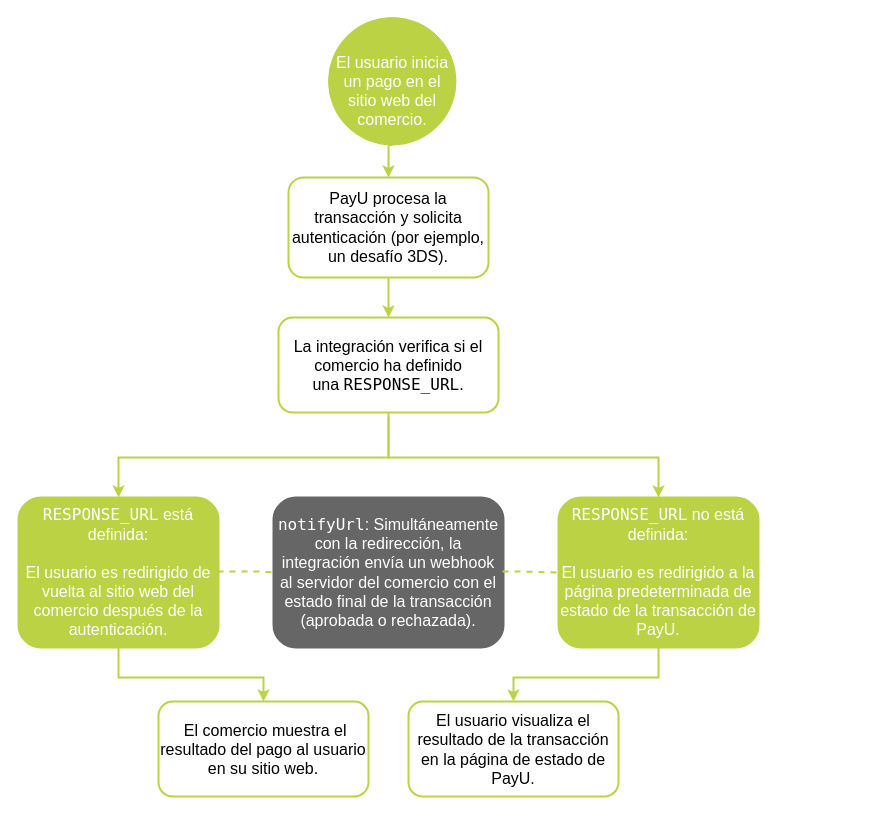
Above: layouts/shortcodes/3dsAuth/3dsflow_es.drawio in tatianaacostag/DevelopersDoc_site (draw.io), before the change. Source tidied: cells renumbered, new cells numbered last; positions are measured from the earlier drawing's top-left corner, leaving out a move shared by most shapes. Both pictures are drawn from the tidied source at 100%, with x=0, y=0 at pixel (18, 17).
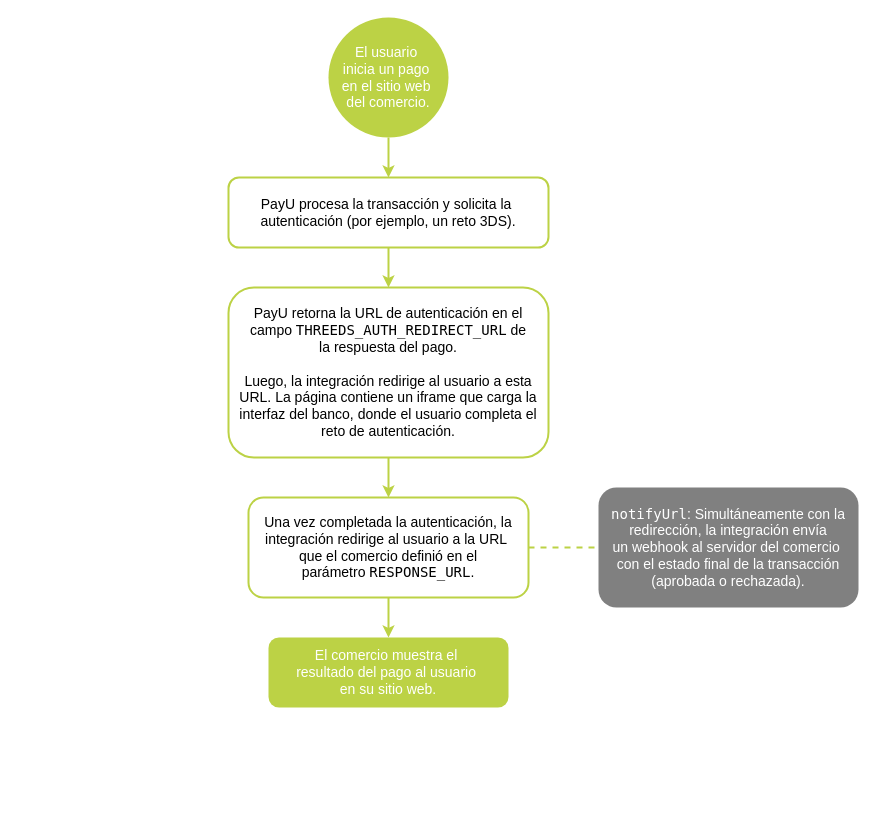
The same page after the edit.

What changed in the source:
```diff
@@
-    <mxCell id="2" style="edgeStyle=orthogonalEdgeStyle;rounded=0;jettySize=auto;html=1;exitX=0.5;exitY=1;exitDx=0;exitDy=0;entryX=0.5;entryY=0;entryDx=0;entryDy=0;strokeColor=#BCD245;strokeWidth=2;" parent="1" edge="1" source="7" target="4">
-      <mxGeometry relative="1" as="geometry" />
-    </mxCell>
-    <mxCell id="3" style="edgeStyle=orthogonalEdgeStyle;rounded=0;jettySize=auto;html=1;exitX=0.5;exitY=1;exitDx=0;exitDy=0;entryX=0.5;entryY=0;entryDx=0;entryDy=0;strokeColor=#BCD245;strokeWidth=2;" parent="1" edge="1" source="4" target="5">
-      <mxGeometry relative="1" as="geometry" />
-    </mxCell>
-    <mxCell id="4" value="&lt;font style=&quot;font-size: 16px;&quot;&gt;PayU procesa la transacción y solicita autenticación (por ejemplo, un desafío 3DS).&lt;/font&gt;" style="rounded=1;whiteSpace=wrap;html=1;strokeColor=#BCD245;strokeWidth=2;" parent="1" vertex="1">
-      <mxGeometry x="270" y="160" width="200" height="100" as="geometry" />
-    </mxCell>
-    <mxCell id="5" value="&lt;font style=&quot;font-size: 16px;&quot;&gt;La integración verifica si el comercio ha definido una&lt;font style=&quot;&quot; face=&quot;Arial, sans-serif&quot;&gt;&amp;nbsp;&lt;/font&gt;&lt;font style=&quot;&quot; face=&quot;Lucida Console&quot;&gt;RESPONSE_URL&lt;/font&gt;&lt;font style=&quot;&quot; face=&quot;Arial, sans-serif&quot;&gt;.&lt;/font&gt;&lt;/font&gt;" style="rounded=1;whiteSpace=wrap;html=1;strokeColor=#BCD245;strokeWidth=2;" parent="1" vertex="1">
-      <mxGeometry x="260" y="300" width="220" height="95" as="geometry" />
-    </mxCell>
-    <mxCell id="6" style="edgeStyle=orthogonalEdgeStyle;rounded=0;jettySize=auto;html=1;entryX=0.5;entryY=1;entryDx=0;entryDy=0;strokeColor=#BCD245;endArrow=none;endFill=0;strokeWidth=2;exitX=0.5;exitY=0;exitDx=0;exitDy=0;startArrow=classic;startFill=1;" parent="1" edge="1" source="8" target="5">
-      <mxGeometry relative="1" as="geometry">
-        <Array as="points">
-          <mxPoint x="100" y="440" />
-          <mxPoint x="370" y="440" />
-        </Array>
-      </mxGeometry>
-    </mxCell>
+    <mxCell id="18" style="edgeStyle=orthogonalEdgeStyle;rounded=0;jettySize=auto;html=1;entryX=0.5;entryY=0;entryDx=0;entryDy=0;strokeColor=#BCD245;strokeWidth=2;" parent="1" edge="1" source="7" target="20">
+      <mxGeometry relative="1" as="geometry" />
+    </mxCell>
-    <mxCell id="7" value="&lt;div&gt;&lt;font style=&quot;font-size: 16px;&quot; color=&quot;#ffffff&quot;&gt;&lt;br&gt;&lt;/font&gt;&lt;/div&gt;&lt;font style=&quot;font-size: 16px;&quot; color=&quot;#ffffff&quot;&gt;El usuario inicia un pago en el sitio web del comercio.&lt;/font&gt;" style="ellipse;whiteSpace=wrap;html=1;strokeColor=#BCD245;fillColor=#BCD245;" parent="1" vertex="1">
-      <mxGeometry x="310" width="127.5" height="127.5" as="geometry" />
+    <mxCell id="7" value="&lt;font style=&quot;color: light-dark(rgb(255, 255, 255), rgb(18, 18, 18)); font-size: 14px;&quot;&gt;El usuario&amp;nbsp;&lt;/font&gt;&lt;div&gt;&lt;font style=&quot;color: light-dark(rgb(255, 255, 255), rgb(18, 18, 18)); font-size: 14px;&quot;&gt;inicia un pago&amp;nbsp;&lt;/font&gt;&lt;/div&gt;&lt;div&gt;&lt;font style=&quot;color: light-dark(rgb(255, 255, 255), rgb(18, 18, 18)); font-size: 14px;&quot;&gt;en&amp;nbsp;&lt;/font&gt;&lt;span style=&quot;color: light-dark(rgb(255, 255, 255), rgb(18, 18, 18)); font-size: 14px; background-color: transparent;&quot;&gt;el sitio web&amp;nbsp;&lt;/span&gt;&lt;/div&gt;&lt;div&gt;&lt;span style=&quot;color: light-dark(rgb(255, 255, 255), rgb(18, 18, 18)); font-size: 14px; background-color: transparent;&quot;&gt;del comercio.&lt;/span&gt;&lt;/div&gt;" style="ellipse;whiteSpace=wrap;html=1;fillColor=#BCD245;strokeColor=none;" parent="1" vertex="1">
+      <mxGeometry x="310" width="120" height="120" as="geometry" />
     </mxCell>
-    <mxCell id="8" value="&lt;div&gt;&lt;font style=&quot;font-size: 16px;&quot; color=&quot;#ffffff&quot;&gt;&lt;font style=&quot;&quot; face=&quot;Lucida Console&quot;&gt;RESPONSE_URL&lt;/font&gt;&lt;font style=&quot;&quot; face=&quot;Arial, sans-serif&quot;&gt;&amp;nbsp;&lt;/font&gt;&lt;/font&gt;&lt;span style=&quot;background-color: transparent; color: light-dark(rgb(255, 255, 255), rgb(18, 18, 18)); font-family: Arial, sans-serif; font-size: 16px;&quot;&gt;está definida:&lt;/span&gt;&lt;/div&gt;&lt;div&gt;&lt;div&gt;&lt;font style=&quot;font-size: 16px;&quot; color=&quot;#ffffff&quot;&gt;&lt;br style=&quot;font-family: Arial, sans-serif;&quot;&gt;El usuario es redirigido de vuelta al sitio web del comercio después de la autenticación&lt;/font&gt;&lt;span style=&quot;font-family: Arial, sans-serif; color: light-dark(rgb(255, 255, 255), rgb(18, 18, 18)); font-size: 16px; background-color: transparent;&quot;&gt;.&lt;/span&gt;&lt;/div&gt;&lt;/div&gt;" style="rounded=1;whiteSpace=wrap;html=1;strokeColor=#BCD245;strokeWidth=2;fillColor=#BCD245;" parent="1" vertex="1">
-      <mxGeometry y="480" width="200" height="150" as="geometry" />
-    </mxCell>
-    <mxCell id="9" style="edgeStyle=orthogonalEdgeStyle;rounded=0;jettySize=auto;html=1;strokeColor=#BCD245;endArrow=none;endFill=0;strokeWidth=2;exitX=0.5;exitY=0;exitDx=0;exitDy=0;startArrow=classic;startFill=1;" parent="1" edge="1" source="10">
-      <mxGeometry relative="1" as="geometry">
-        <mxPoint x="370" y="400" as="targetPoint" />
-        <Array as="points">
-          <mxPoint x="640" y="440" />
-          <mxPoint x="370" y="440" />
-        </Array>
-      </mxGeometry>
-    </mxCell>
-    <mxCell id="10" value="&lt;div&gt;&lt;font style=&quot;font-size: 16px;&quot; color=&quot;#ffffff&quot;&gt;&lt;font style=&quot;&quot; face=&quot;Lucida Console&quot;&gt;RESPONSE_URL&lt;/font&gt;&lt;font style=&quot;&quot; face=&quot;Arial, sans-serif&quot;&gt;&amp;nbsp;no está definida:&lt;/font&gt;&lt;/font&gt;&lt;div&gt;&lt;font style=&quot;font-size: 16px;&quot; color=&quot;#ffffff&quot;&gt;&lt;br style=&quot;font-family: Arial, sans-serif;&quot;&gt;El usuario es redirigido a la página predeterminada de estado de la transacción de PayU&lt;span style=&quot;font-family: Arial, sans-serif;&quot;&gt;.&lt;/span&gt;&lt;/font&gt;&lt;/div&gt;&lt;/div&gt;" style="rounded=1;whiteSpace=wrap;html=1;strokeColor=#BCD245;strokeWidth=2;fillColor=#BCD245;" parent="1" vertex="1">
-      <mxGeometry x="540" y="480" width="200" height="150" as="geometry" />
-    </mxCell>
-    <mxCell id="11" value="&lt;font style=&quot;font-size: 16px;&quot;&gt;&amp;nbsp;El comercio muestra el resultado del pago al usuario en su sitio web.&lt;/font&gt;" style="rounded=1;whiteSpace=wrap;html=1;strokeColor=#BCD245;strokeWidth=2;" parent="1" vertex="1">
-      <mxGeometry x="140" y="684" width="210" height="95" as="geometry" />
-    </mxCell>
-    <mxCell id="12" style="edgeStyle=orthogonalEdgeStyle;rounded=0;jettySize=auto;html=1;entryX=0.5;entryY=0;entryDx=0;entryDy=0;strokeColor=#BCD245;strokeWidth=2;exitX=0.5;exitY=1;exitDx=0;exitDy=0;" parent="1" edge="1" source="8" target="11">
-      <mxGeometry relative="1" as="geometry">
-        <Array as="points">
-          <mxPoint x="100" y="660" />
-          <mxPoint x="245" y="660" />
-        </Array>
-      </mxGeometry>
-    </mxCell>
-    <mxCell id="13" value="&lt;font style=&quot;font-size: 16px;&quot;&gt;El usuario visualiza el resultado de la transacción en la página de estado de PayU.&lt;/font&gt;" style="rounded=1;whiteSpace=wrap;html=1;strokeColor=#BCD245;strokeWidth=2;" parent="1" vertex="1">
-      <mxGeometry x="390" y="684" width="210" height="95" as="geometry" />
-    </mxCell>
-    <mxCell id="14" style="edgeStyle=orthogonalEdgeStyle;rounded=0;jettySize=auto;html=1;entryX=0.5;entryY=0;entryDx=0;entryDy=0;strokeColor=#BCD245;strokeWidth=2;exitX=0.5;exitY=1;exitDx=0;exitDy=0;" parent="1" edge="1" source="10" target="13">
-      <mxGeometry relative="1" as="geometry">
-        <Array as="points">
-          <mxPoint x="640" y="660" />
-          <mxPoint x="495" y="660" />
-        </Array>
-      </mxGeometry>
-    </mxCell>
-    <mxCell id="15" value="&lt;font style=&quot;font-size: 16px;&quot; color=&quot;#ffffff&quot;&gt;&lt;font style=&quot;&quot; face=&quot;Lucida Console&quot;&gt;notifyUrl&lt;/font&gt;&lt;span style=&quot;font-family: Arial, sans-serif;&quot;&gt;:&lt;/span&gt;&lt;strong style=&quot;font-family: Arial, sans-serif;&quot;&gt; &lt;/strong&gt;&lt;/font&gt;&lt;font style=&quot;font-size: 16px;&quot; color=&quot;#ffffff&quot;&gt;Simultáneamente con la redirección, la integración envía un webhook al servidor del comercio con el estado final de la transacción (aprobada o rechazada).&lt;/font&gt;" style="rounded=1;whiteSpace=wrap;html=1;strokeColor=#666666;strokeWidth=2;fillColor=#666666;" parent="1" vertex="1">
-      <mxGeometry x="255" y="480" width="230" height="150" as="geometry" />
-    </mxCell>
-    <mxCell id="16" style="edgeStyle=orthogonalEdgeStyle;rounded=0;jettySize=auto;html=1;entryX=0;entryY=0.5;entryDx=0;entryDy=0;strokeColor=#BCD245;endArrow=none;endFill=0;dashed=1;strokeWidth=2;exitX=1;exitY=0.5;exitDx=0;exitDy=0;startArrow=none;startFill=0;" parent="1" edge="1" source="8" target="15">
-      <mxGeometry relative="1" as="geometry">
-        <Array as="points">
-          <mxPoint x="240" y="554" />
-          <mxPoint x="240" y="554" />
-        </Array>
-      </mxGeometry>
-    </mxCell>
-    <mxCell id="17" style="edgeStyle=orthogonalEdgeStyle;rounded=0;jettySize=auto;html=1;strokeColor=#BCD245;endArrow=none;endFill=0;dashed=1;strokeWidth=2;startArrow=none;startFill=0;exitX=1;exitY=0.5;exitDx=0;exitDy=0;entryX=0;entryY=0.5;entryDx=0;entryDy=0;" parent="1" edge="1" source="15" target="10">
-      <mxGeometry relative="1" as="geometry">
-        <Array as="points">
-          <mxPoint x="500" y="554" />
-          <mxPoint x="545" y="554" />
-        </Array>
-      </mxGeometry>
-    </mxCell>
+    <mxCell id="19" style="edgeStyle=orthogonalEdgeStyle;rounded=0;jettySize=auto;html=1;exitX=0.5;exitY=1;exitDx=0;exitDy=0;strokeWidth=2;strokeColor=#BCD245;" parent="1" edge="1" source="20" target="22">
+      <mxGeometry relative="1" as="geometry" />
+    </mxCell>
+    <mxCell id="20" value="&lt;font style=&quot;font-size: 14px;&quot;&gt;&lt;font style=&quot;&quot;&gt;PayU procesa la transacción y solicita la&amp;nbsp;&lt;br&gt;&lt;/font&gt;&lt;span style=&quot;background-color: transparent; color: light-dark(rgb(0, 0, 0), rgb(255, 255, 255));&quot;&gt;autenticación (por ejemplo, un reto 3DS)&lt;/span&gt;.&lt;/font&gt;" style="rounded=1;whiteSpace=wrap;html=1;strokeColor=#BCD245;strokeWidth=2;" parent="1" vertex="1">
+      <mxGeometry x="210" y="160" width="320" height="70" as="geometry" />
+    </mxCell>
+    <mxCell id="21" style="edgeStyle=orthogonalEdgeStyle;rounded=0;jettySize=auto;html=1;entryX=0.5;entryY=0;entryDx=0;entryDy=0;strokeWidth=2;strokeColor=#BCD245;" parent="1" edge="1" source="22" target="25">
+      <mxGeometry relative="1" as="geometry" />
+    </mxCell>
+    <mxCell id="22" value="&lt;font style=&quot;&quot;&gt;&lt;font style=&quot;font-size: 14px;&quot;&gt;PayU retorna la URL de autenticación en el campo&lt;/font&gt;&lt;span style=&quot;font-size: 14px;&quot;&gt;&amp;nbsp;&lt;/span&gt;&lt;font style=&quot;font-size: 14px;&quot; face=&quot;Lucida Console&quot;&gt;THREEDS_AUTH_REDIRECT_URL&lt;/font&gt;&lt;span style=&quot;font-size: 14px;&quot;&gt;&amp;nbsp;de&lt;/span&gt;&lt;/font&gt;&lt;div&gt;&lt;font style=&quot;&quot;&gt;&lt;span style=&quot;font-size: 14px;&quot;&gt;la respuesta del pago&lt;/span&gt;&lt;/font&gt;&lt;span style=&quot;font-size: 14px; background-color: transparent; color: light-dark(rgb(0, 0, 0), rgb(255, 255, 255));&quot;&gt;.&lt;/span&gt;&lt;div&gt;&lt;div&gt;&lt;span style=&quot;font-size: 14px;&quot;&gt;&lt;br&gt;&lt;/span&gt;&lt;/div&gt;&lt;div&gt;&lt;span style=&quot;font-size: 14px;&quot;&gt;Luego, la integración redirige al usuario a esta URL. La página contiene un iframe que carga la interfaz del banco, donde el usuario completa el reto de autenticación&lt;/span&gt;&lt;span style=&quot;background-color: transparent; color: light-dark(rgb(0, 0, 0), rgb(255, 255, 255)); font-size: 14px;&quot;&gt;.&lt;/span&gt;&lt;/div&gt;&lt;/div&gt;&lt;/div&gt;" style="rounded=1;whiteSpace=wrap;html=1;strokeColor=#BCD245;strokeWidth=2;" parent="1" vertex="1">
+      <mxGeometry x="210" y="270" width="320" height="170" as="geometry" />
+    </mxCell>
+    <mxCell id="23" style="edgeStyle=orthogonalEdgeStyle;rounded=0;jettySize=auto;html=1;exitX=0.5;exitY=1;exitDx=0;exitDy=0;entryX=0.5;entryY=0;entryDx=0;entryDy=0;strokeWidth=2;strokeColor=#BCD245;" parent="1" edge="1" source="25" target="26">
+      <mxGeometry relative="1" as="geometry" />
+    </mxCell>
+    <mxCell id="24" style="edgeStyle=orthogonalEdgeStyle;rounded=0;jettySize=auto;html=1;entryX=0;entryY=0.5;entryDx=0;entryDy=0;strokeWidth=2;strokeColor=#BCD245;dashed=1;endArrow=none;startFill=0;" parent="1" edge="1" source="25" target="27">
+      <mxGeometry relative="1" as="geometry" />
+    </mxCell>
+    <mxCell id="25" value="&lt;font style=&quot;font-size: 14px;&quot;&gt;Una vez completada la autenticación, la integración redirige al usuario a la URL&amp;nbsp;&lt;/font&gt;&lt;div&gt;&lt;font style=&quot;font-size: 14px;&quot;&gt;que el comercio definió en el parámetro&amp;nbsp;&lt;/font&gt;&lt;font style=&quot;font-size: 14px; background-color: transparent; color: light-dark(rgb(0, 0, 0), rgb(255, 255, 255));&quot; face=&quot;Lucida Console&quot;&gt;RESPONSE_URL&lt;/font&gt;&lt;span style=&quot;font-size: 14px; background-color: transparent; color: light-dark(rgb(0, 0, 0), rgb(255, 255, 255));&quot;&gt;.&lt;/span&gt;&lt;/div&gt;" style="rounded=1;whiteSpace=wrap;html=1;strokeColor=#BCD245;strokeWidth=2;" parent="1" vertex="1">
+      <mxGeometry x="230" y="480" width="280" height="100" as="geometry" />
+    </mxCell>
+    <mxCell id="26" value="&lt;font color=&quot;#ffffff&quot;&gt;&lt;font style=&quot;color: light-dark(rgb(255, 255, 255), rgb(18, 18, 18)); font-size: 14px;&quot;&gt;El comercio muestra el&amp;nbsp;&lt;/font&gt;&lt;div style=&quot;color: rgb(0, 0, 0);&quot;&gt;&lt;font style=&quot;color: light-dark(rgb(255, 255, 255), rgb(18, 18, 18)); font-size: 14px;&quot;&gt;resultado del pago al usuario&amp;nbsp;&lt;/font&gt;&lt;/div&gt;&lt;font style=&quot;font-size: 14px;&quot;&gt;&lt;span style=&quot;color: light-dark(rgb(255, 255, 255), rgb(18, 18, 18)); background-color: transparent;&quot;&gt;en su sitio web&lt;/span&gt;.&lt;/font&gt;&lt;br&gt;&lt;/font&gt;" style="rounded=1;whiteSpace=wrap;html=1;strokeColor=none;strokeWidth=2;fillColor=#BCD245;" parent="1" vertex="1">
+      <mxGeometry x="250" y="620" width="240" height="70" as="geometry" />
+    </mxCell>
+    <mxCell id="27" value="&lt;div&gt;&lt;font style=&quot;font-size: 14px; color: rgb(255, 255, 255);&quot;&gt;&lt;font face=&quot;Lucida Console&quot;&gt;notifyUrl&lt;/font&gt;:&amp;nbsp;&lt;/font&gt;&lt;font style=&quot;font-size: 14px;&quot;&gt;&lt;span style=&quot;color: rgb(255, 255, 255);&quot;&gt;Simultáneamente con la redirección, la integración envía un&amp;nbsp;&lt;/span&gt;&lt;span style=&quot;color: rgb(255, 255, 255);&quot;&gt;webhook&lt;/span&gt;&lt;span style=&quot;color: rgb(255, 255, 255);&quot;&gt;&amp;nbsp;al servidor del comercio&amp;nbsp;&lt;/span&gt;&lt;/font&gt;&lt;/div&gt;&lt;div&gt;&lt;font style=&quot;font-size: 14px;&quot;&gt;&lt;span style=&quot;color: rgb(255, 255, 255);&quot;&gt;con el estado final de la transacción (aprobada o rechazada)&lt;/span&gt;&lt;span style=&quot;color: light-dark(rgb(255, 255, 255), rgb(18, 18, 18)); background-color: transparent;&quot;&gt;.&lt;/span&gt;&lt;/font&gt;&lt;/div&gt;" style="rounded=1;whiteSpace=wrap;html=1;strokeColor=none;strokeWidth=2;fillColor=#808080;" parent="1" vertex="1">
+      <mxGeometry x="580" y="470" width="260" height="120" as="geometry" />
+    </mxCell>
```
